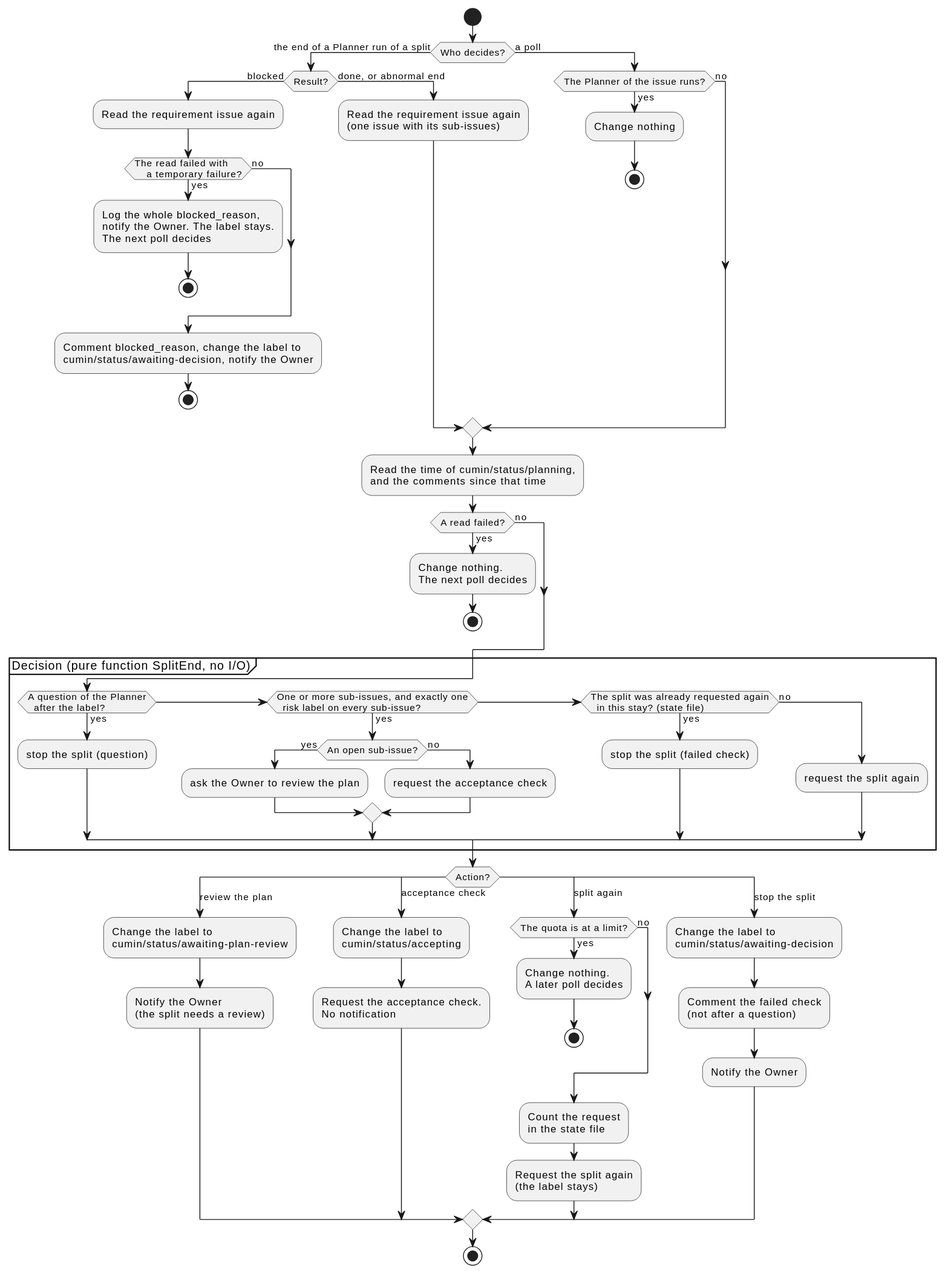
Earlier version of the PlantUML export docs/ja/designs/poll-split.svg (cloveclovedev/cumin-works).
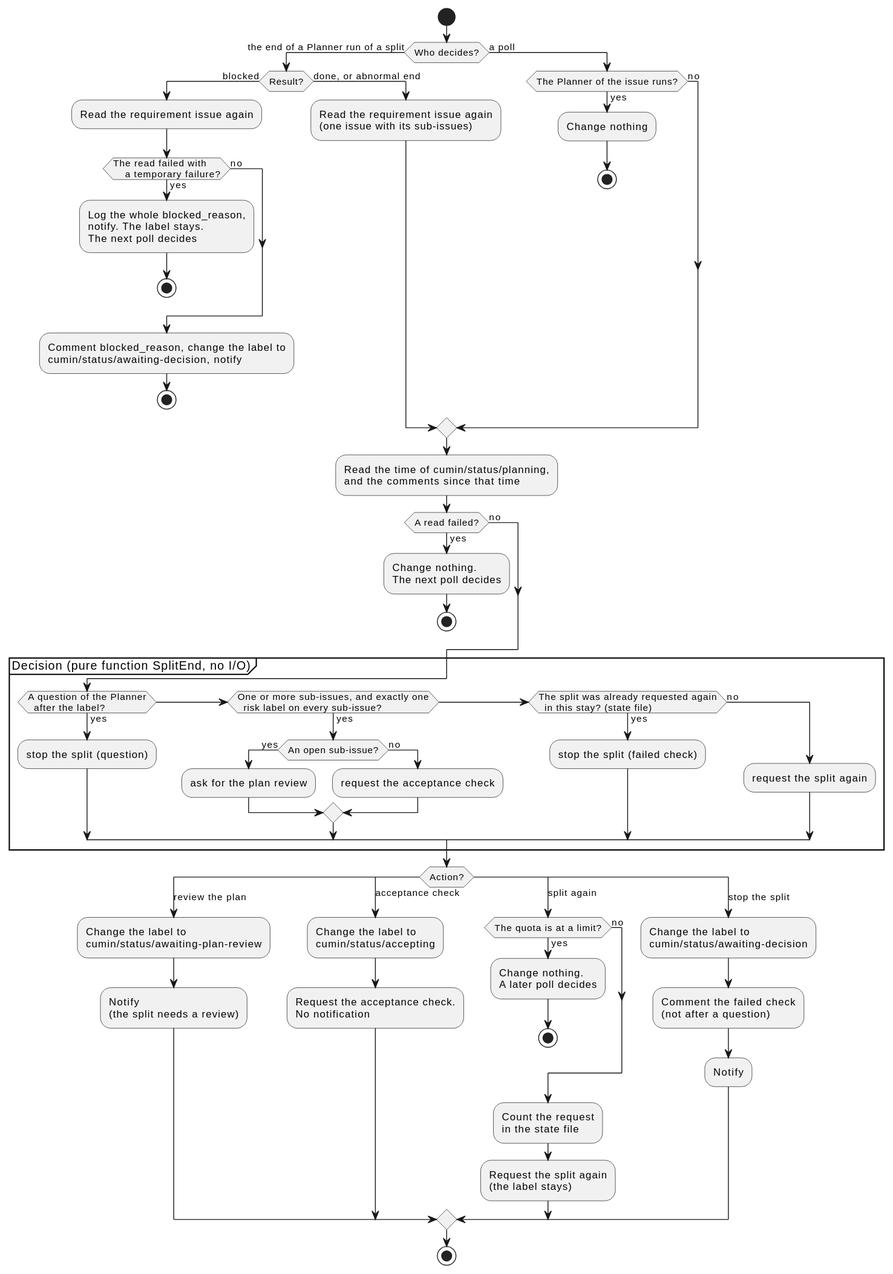
Later version of the same file.

Diff of the diagram source:
```diff
@@ -9,13 +9,13 @@
     if (The read failed with
     a temporary failure?) then (yes)
       :Log the whole blocked_reason,
-      notify the Owner. The label stays.
+      notify. The label stays.
       The next poll decides;
       stop
     else (no)
     endif
     :Comment blocked_reason, change the label to
-    cumin/status/awaiting-decision, notify the Owner;
+    cumin/status/awaiting-decision, notify;
     stop
   else (done, or abnormal end)
     :Read the requirement issue again
@@ -43,7 +43,7 @@
   elseif (One or more sub-issues, and exactly one
   risk label on every sub-issue?) then (yes)
     if (An open sub-issue?) then (yes)
-      :ask the Owner to review the plan;
+      :ask for the plan review;
     else (no)
       :request the acceptance check;
     endif
@@ -58,7 +58,7 @@
 case (review the plan)
   :Change the label to
   cumin/status/awaiting-plan-review;
-  :Notify the Owner
+  :Notify
   (the split needs a review);
 case (acceptance check)
   :Change the label to
@@ -81,7 +81,7 @@
   cumin/status/awaiting-decision;
   :Comment the failed check
   (not after a question);
-  :Notify the Owner;
+  :Notify;
 endswitch
 stop
 @enduml
```
